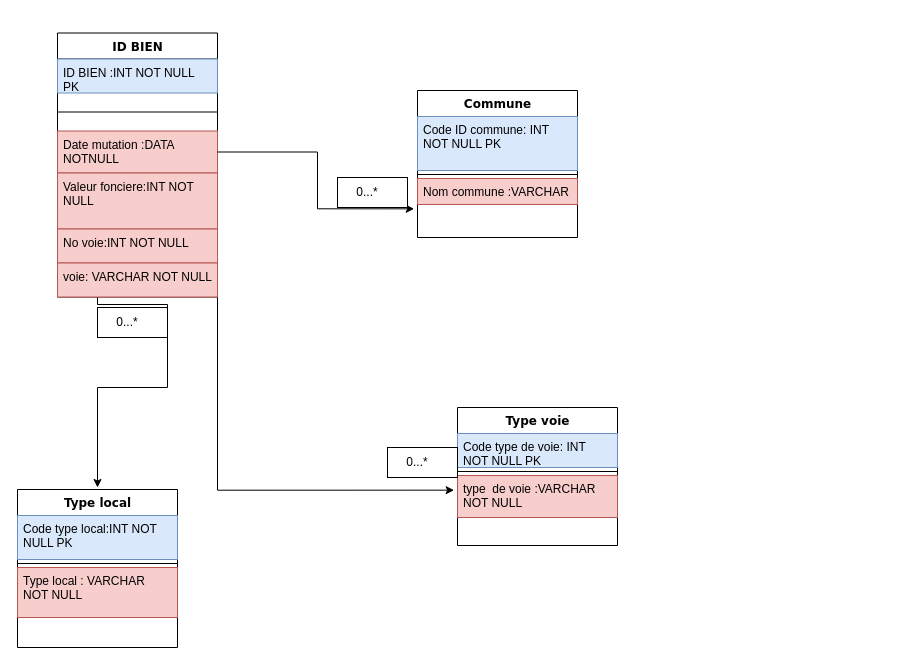
Before: .github/ISSUE_TEMPLATE/Untitled Diagram.drawio in louzhixin/bootstrap, a draw.io diagram. Source tidied: cells renumbered, new cells numbered last; positions are measured from the earlier drawing's top-left corner, leaving out a move shared by most shapes. Both pictures are drawn from the tidied source at 100%, with x=0, y=0 at pixel (17, 33).
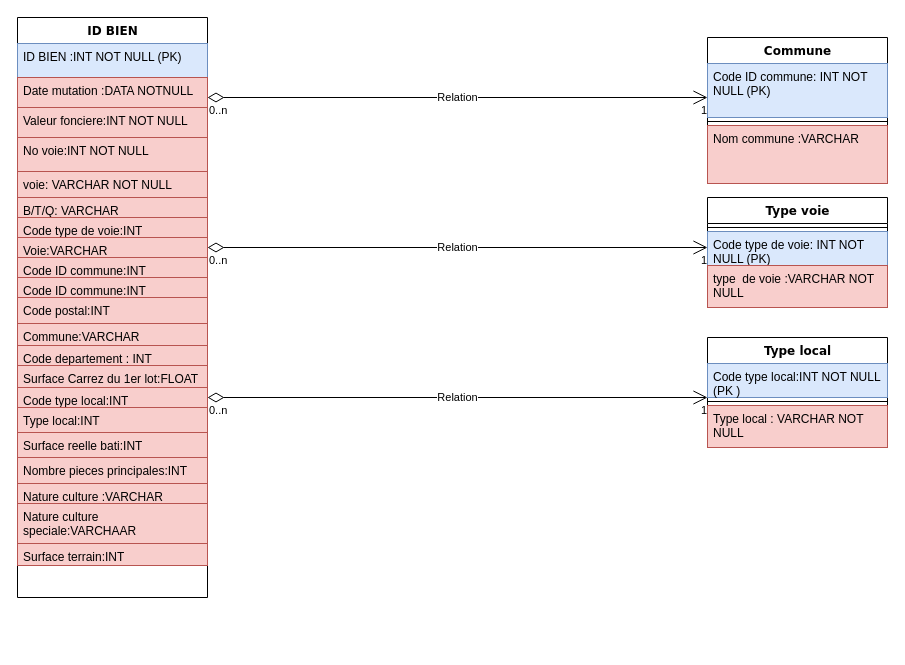
The same page after the edit.

Change to the diagram source:
```diff
@@
-    <mxCell id="2" style="edgeStyle=orthogonalEdgeStyle;rounded=0;jettySize=auto;html=1;exitX=1;exitY=1;exitDx=0;exitDy=0;entryX=-0.021;entryY=0.349;entryDx=0;entryDy=0;entryPerimeter=0;" parent="1" edge="1" source="4" target="22">
-      <mxGeometry relative="1" as="geometry" />
-    </mxCell>
-    <mxCell id="3" style="edgeStyle=orthogonalEdgeStyle;rounded=0;jettySize=auto;html=1;exitX=0.25;exitY=1;exitDx=0;exitDy=0;" parent="1" edge="1" source="4">
-      <mxGeometry relative="1" as="geometry">
-        <mxPoint x="80" y="454" as="targetPoint" />
-        <Array as="points">
-          <mxPoint x="150" y="271" />
-          <mxPoint x="150" y="354" />
-          <mxPoint x="80" y="354" />
-        </Array>
-      </mxGeometry>
-    </mxCell>
     <mxCell id="4" value="ID BIEN" style="swimlane;html=1;fontStyle=1;align=center;verticalAlign=top;horizontal=1;startSize=26;swimlaneFillColor=#ffffff;rounded=0;shadow=0;comic=0;labelBackgroundColor=none;strokeWidth=1;fillColor=none;fontFamily=Verdana;fontSize=12;" parent="1" vertex="1">
-      <mxGeometry x="40" y="-0.5" width="160" height="264" as="geometry" />
+      <mxGeometry y="-16" width="190" height="580" as="geometry" />
     </mxCell>
-    <mxCell id="5" value="ID BIEN :INT NOT NULL PK" style="text;html=1;strokeColor=#6c8ebf;fillColor=#dae8fc;align=left;verticalAlign=top;spacingLeft=4;spacingRight=4;whiteSpace=wrap;overflow=hidden;" parent="4" vertex="1">
-      <mxGeometry y="26" width="160" height="34" as="geometry" />
+    <mxCell id="5" value="ID BIEN :INT NOT NULL (PK)" style="text;html=1;strokeColor=#6c8ebf;fillColor=#dae8fc;align=left;verticalAlign=top;spacingLeft=4;spacingRight=4;whiteSpace=wrap;overflow=hidden;" parent="4" vertex="1">
+      <mxGeometry y="26" width="190" height="34" as="geometry" />
     </mxCell>
-    <mxCell id="6" style="line;html=1;strokeWidth=1;fillColor=none;align=left;verticalAlign=middle;spacingTop=-1;spacingLeft=3;spacingRight=3;labelPosition=right;" parent="4" vertex="1">
-      <mxGeometry y="60" width="160" height="38" as="geometry" />
-    </mxCell>
     <mxCell id="7" value="Date mutation :DATA NOTNULL" style="text;html=1;strokeColor=#b85450;fillColor=#f8cecc;align=left;verticalAlign=top;spacingLeft=4;spacingRight=4;whiteSpace=wrap;overflow=hidden;points=[[0,0.5],[1,0.5]];portConstraint=eastwest;" parent="4" vertex="1">
-      <mxGeometry y="98" width="160" height="42" as="geometry" />
+      <mxGeometry y="60" width="190" height="30" as="geometry" />
     </mxCell>
     <mxCell id="8" value="Valeur fonciere:INT NOT NULL" style="text;html=1;strokeColor=#b85450;fillColor=#f8cecc;align=left;verticalAlign=top;spacingLeft=4;spacingRight=4;whiteSpace=wrap;overflow=hidden;" parent="4" vertex="1">
-      <mxGeometry y="140" width="160" height="56" as="geometry" />
+      <mxGeometry y="90" width="190" height="30" as="geometry" />
     </mxCell>
     <mxCell id="9" value="No voie:INT NOT NULL" style="text;html=1;strokeColor=#b85450;fillColor=#f8cecc;align=left;verticalAlign=top;spacingLeft=4;spacingRight=4;whiteSpace=wrap;overflow=hidden;" parent="4" vertex="1">
-      <mxGeometry y="196" width="160" height="34" as="geometry" />
+      <mxGeometry y="120" width="190" height="34" as="geometry" />
     </mxCell>
     <mxCell id="10" value="voie: VARCHAR NOT NULL" style="text;html=1;strokeColor=#b85450;fillColor=#f8cecc;align=left;verticalAlign=top;spacingLeft=4;spacingRight=4;whiteSpace=wrap;overflow=hidden;" parent="4" vertex="1">
-      <mxGeometry y="230" width="160" height="34" as="geometry" />
+      <mxGeometry y="154" width="190" height="26" as="geometry" />
     </mxCell>
+    <mxCell id="27" value="B/T/Q: VARCHAR" style="text;html=1;strokeColor=#b85450;fillColor=#f8cecc;align=left;verticalAlign=top;spacingLeft=4;spacingRight=4;whiteSpace=wrap;overflow=hidden;" parent="4" vertex="1">
+      <mxGeometry y="180" width="190" height="20" as="geometry" />
+    </mxCell>
+    <mxCell id="28" value="Code type de voie:INT" style="text;html=1;strokeColor=#b85450;fillColor=#f8cecc;align=left;verticalAlign=top;spacingLeft=4;spacingRight=4;whiteSpace=wrap;overflow=hidden;" parent="4" vertex="1">
+      <mxGeometry y="200" width="190" height="20" as="geometry" />
+    </mxCell>
+    <mxCell id="29" value="Voie:VARCHAR" style="text;html=1;strokeColor=#b85450;fillColor=#f8cecc;align=left;verticalAlign=top;spacingLeft=4;spacingRight=4;whiteSpace=wrap;overflow=hidden;" parent="4" vertex="1">
+      <mxGeometry y="220" width="190" height="20" as="geometry" />
+    </mxCell>
+    <mxCell id="30" value="Code ID commune:INT" style="text;html=1;strokeColor=#b85450;fillColor=#f8cecc;align=left;verticalAlign=top;spacingLeft=4;spacingRight=4;whiteSpace=wrap;overflow=hidden;" parent="4" vertex="1">
+      <mxGeometry y="240" width="190" height="20" as="geometry" />
+    </mxCell>
+    <mxCell id="31" value="Code ID commune:INT" style="text;html=1;strokeColor=#b85450;fillColor=#f8cecc;align=left;verticalAlign=top;spacingLeft=4;spacingRight=4;whiteSpace=wrap;overflow=hidden;" parent="4" vertex="1">
+      <mxGeometry y="260" width="190" height="20" as="geometry" />
+    </mxCell>
+    <mxCell id="32" value="Code postal:INT" style="text;html=1;strokeColor=#b85450;fillColor=#f8cecc;align=left;verticalAlign=top;spacingLeft=4;spacingRight=4;whiteSpace=wrap;overflow=hidden;" parent="4" vertex="1">
+      <mxGeometry y="280" width="190" height="26" as="geometry" />
+    </mxCell>
+    <mxCell id="33" value="Commune:VARCHAR" style="text;html=1;strokeColor=#b85450;fillColor=#f8cecc;align=left;verticalAlign=top;spacingLeft=4;spacingRight=4;whiteSpace=wrap;overflow=hidden;" parent="4" vertex="1">
+      <mxGeometry y="306" width="190" height="22" as="geometry" />
+    </mxCell>
+    <mxCell id="34" value="Code departement : INT&amp;nbsp;" style="text;html=1;strokeColor=#b85450;fillColor=#f8cecc;align=left;verticalAlign=top;spacingLeft=4;spacingRight=4;whiteSpace=wrap;overflow=hidden;" parent="4" vertex="1">
+      <mxGeometry y="328" width="190" height="20" as="geometry" />
+    </mxCell>
+    <mxCell id="35" value="Surface Carrez du 1er lot:FLOAT" style="text;html=1;strokeColor=#b85450;fillColor=#f8cecc;align=left;verticalAlign=top;spacingLeft=4;spacingRight=4;whiteSpace=wrap;overflow=hidden;" parent="4" vertex="1">
+      <mxGeometry y="348" width="190" height="22" as="geometry" />
+    </mxCell>
+    <mxCell id="36" value="Code type local:INT" style="text;html=1;strokeColor=#b85450;fillColor=#f8cecc;align=left;verticalAlign=top;spacingLeft=4;spacingRight=4;whiteSpace=wrap;overflow=hidden;" parent="4" vertex="1">
+      <mxGeometry y="370" width="190" height="20" as="geometry" />
+    </mxCell>
+    <mxCell id="37" value="Type local:INT" style="text;html=1;strokeColor=#b85450;fillColor=#f8cecc;align=left;verticalAlign=top;spacingLeft=4;spacingRight=4;whiteSpace=wrap;overflow=hidden;" parent="4" vertex="1">
+      <mxGeometry y="390" width="190" height="25" as="geometry" />
+    </mxCell>
+    <mxCell id="38" value="Surface reelle bati:INT" style="text;html=1;strokeColor=#b85450;fillColor=#f8cecc;align=left;verticalAlign=top;spacingLeft=4;spacingRight=4;whiteSpace=wrap;overflow=hidden;" parent="4" vertex="1">
+      <mxGeometry y="415" width="190" height="25" as="geometry" />
+    </mxCell>
+    <mxCell id="39" value="Nombre pieces principales:INT" style="text;html=1;strokeColor=#b85450;fillColor=#f8cecc;align=left;verticalAlign=top;spacingLeft=4;spacingRight=4;whiteSpace=wrap;overflow=hidden;" parent="4" vertex="1">
+      <mxGeometry y="440" width="190" height="26" as="geometry" />
+    </mxCell>
+    <mxCell id="40" value="Nature culture :VARCHAR" style="text;html=1;strokeColor=#b85450;fillColor=#f8cecc;align=left;verticalAlign=top;spacingLeft=4;spacingRight=4;whiteSpace=wrap;overflow=hidden;" parent="4" vertex="1">
+      <mxGeometry y="466" width="190" height="20" as="geometry" />
+    </mxCell>
+    <mxCell id="41" value="Nature culture speciale:VARCHAAR" style="text;html=1;strokeColor=#b85450;fillColor=#f8cecc;align=left;verticalAlign=top;spacingLeft=4;spacingRight=4;whiteSpace=wrap;overflow=hidden;" parent="4" vertex="1">
+      <mxGeometry y="486" width="190" height="40" as="geometry" />
+    </mxCell>
+    <mxCell id="42" value="Surface terrain:INT" style="text;html=1;strokeColor=#b85450;fillColor=#f8cecc;align=left;verticalAlign=top;spacingLeft=4;spacingRight=4;whiteSpace=wrap;overflow=hidden;" parent="4" vertex="1">
+      <mxGeometry y="526" width="190" height="22" as="geometry" />
+    </mxCell>
     <mxCell id="11" value="Commune" style="swimlane;html=1;fontStyle=1;align=center;verticalAlign=top;horizontal=1;startSize=26;swimlaneFillColor=#ffffff;rounded=0;shadow=0;comic=0;labelBackgroundColor=none;strokeWidth=1;fillColor=none;fontFamily=Verdana;fontSize=12;" parent="1" vertex="1">
-      <mxGeometry x="400" y="57" width="160" height="147" as="geometry" />
+      <mxGeometry x="690" y="4" width="180" height="146" as="geometry" />
     </mxCell>
-    <mxCell id="12" value="Code ID commune: INT NOT NULL PK" style="text;html=1;strokeColor=#6c8ebf;fillColor=#dae8fc;align=left;verticalAlign=top;spacingLeft=4;spacingRight=4;whiteSpace=wrap;overflow=hidden;" parent="11" vertex="1">
-      <mxGeometry y="26" width="160" height="54" as="geometry" />
+    <mxCell id="12" value="Code ID commune: INT NOT NULL (PK)" style="text;html=1;strokeColor=#6c8ebf;fillColor=#dae8fc;align=left;verticalAlign=top;spacingLeft=4;spacingRight=4;whiteSpace=wrap;overflow=hidden;" parent="11" vertex="1">
+      <mxGeometry y="26" width="180" height="54" as="geometry" />
     </mxCell>
     <mxCell id="13" style="line;html=1;strokeWidth=1;fillColor=none;align=left;verticalAlign=middle;spacingTop=-1;spacingLeft=3;spacingRight=3;labelPosition=right;" parent="11" vertex="1">
-      <mxGeometry y="80" width="160" height="8" as="geometry" />
+      <mxGeometry y="80" width="180" height="8" as="geometry" />
     </mxCell>
     <mxCell id="14" value="Nom commune :VARCHAR" style="text;html=1;strokeColor=#b85450;fillColor=#f8cecc;align=left;verticalAlign=top;spacingLeft=4;spacingRight=4;whiteSpace=wrap;overflow=hidden;points=[[0,0.5],[1,0.5]];portConstraint=eastwest;" parent="11" vertex="1">
-      <mxGeometry y="88" width="160" height="26" as="geometry" />
+      <mxGeometry y="88" width="180" height="58" as="geometry" />
     </mxCell>
     <mxCell id="15" value="Type local" style="swimlane;html=1;fontStyle=1;align=center;verticalAlign=top;horizontal=1;startSize=26;swimlaneFillColor=#ffffff;rounded=0;shadow=0;comic=0;labelBackgroundColor=none;strokeWidth=1;fillColor=none;fontFamily=Verdana;fontSize=12;" parent="1" vertex="1">
-      <mxGeometry y="456" width="160" height="158" as="geometry" />
+      <mxGeometry x="690" y="304" width="180" height="110" as="geometry" />
     </mxCell>
-    <mxCell id="16" value="Code type local:INT NOT NULL PK&amp;nbsp;" style="text;html=1;strokeColor=#6c8ebf;fillColor=#dae8fc;align=left;verticalAlign=top;spacingLeft=4;spacingRight=4;whiteSpace=wrap;overflow=hidden;" parent="15" vertex="1">
-      <mxGeometry y="26" width="160" height="44" as="geometry" />
+    <mxCell id="16" value="Code type local:INT NOT NULL (PK )" style="text;html=1;strokeColor=#6c8ebf;fillColor=#dae8fc;align=left;verticalAlign=top;spacingLeft=4;spacingRight=4;whiteSpace=wrap;overflow=hidden;" parent="15" vertex="1">
+      <mxGeometry y="26" width="180" height="34" as="geometry" />
     </mxCell>
     <mxCell id="17" style="line;html=1;strokeWidth=1;fillColor=none;align=left;verticalAlign=middle;spacingTop=-1;spacingLeft=3;spacingRight=3;labelPosition=right;" parent="15" vertex="1">
-      <mxGeometry y="70" width="160" height="8" as="geometry" />
+      <mxGeometry y="60" width="180" height="8" as="geometry" />
     </mxCell>
     <mxCell id="18" value="Type local : VARCHAR NOT NULL" style="text;html=1;strokeColor=#b85450;fillColor=#f8cecc;align=left;verticalAlign=top;spacingLeft=4;spacingRight=4;whiteSpace=wrap;overflow=hidden;" parent="15" vertex="1">
-      <mxGeometry y="78" width="160" height="50" as="geometry" />
+      <mxGeometry y="68" width="180" height="42" as="geometry" />
     </mxCell>
     <mxCell id="19" value="Type voie" style="swimlane;html=1;fontStyle=1;align=center;verticalAlign=top;horizontal=1;startSize=26;swimlaneFillColor=#ffffff;rounded=0;shadow=0;comic=0;labelBackgroundColor=none;strokeWidth=1;fillColor=none;fontFamily=Verdana;fontSize=12;" parent="1" vertex="1">
-      <mxGeometry x="440" y="374" width="160" height="138" as="geometry" />
+      <mxGeometry x="690" y="164" width="180" height="110" as="geometry" />
     </mxCell>
+    <mxCell id="21" style="line;html=1;strokeWidth=1;fillColor=none;align=left;verticalAlign=middle;spacingTop=-1;spacingLeft=3;spacingRight=3;labelPosition=right;" parent="19" vertex="1">
+      <mxGeometry y="26" width="180" height="8" as="geometry" />
+    </mxCell>
-    <mxCell id="20" value="Code type de voie: INT NOT NULL PK" style="text;html=1;strokeColor=#6c8ebf;fillColor=#dae8fc;align=left;verticalAlign=top;spacingLeft=4;spacingRight=4;whiteSpace=wrap;overflow=hidden;" parent="19" vertex="1">
-      <mxGeometry y="26" width="160" height="34" as="geometry" />
+    <mxCell id="20" value="Code type de voie: INT NOT NULL (PK)" style="text;html=1;strokeColor=#6c8ebf;fillColor=#dae8fc;align=left;verticalAlign=top;spacingLeft=4;spacingRight=4;whiteSpace=wrap;overflow=hidden;" parent="19" vertex="1">
+      <mxGeometry y="34" width="180" height="34" as="geometry" />
     </mxCell>
-    <mxCell id="21" style="line;html=1;strokeWidth=1;fillColor=none;align=left;verticalAlign=middle;spacingTop=-1;spacingLeft=3;spacingRight=3;labelPosition=right;" parent="19" vertex="1">
-      <mxGeometry y="60" width="160" height="8" as="geometry" />
-    </mxCell>
     <mxCell id="22" value="type&amp;nbsp; de voie :VARCHAR NOT NULL" style="text;html=1;strokeColor=#b85450;fillColor=#f8cecc;align=left;verticalAlign=top;spacingLeft=4;spacingRight=4;whiteSpace=wrap;overflow=hidden;points=[[0,0.5],[1,0.5]];portConstraint=eastwest;" parent="19" vertex="1">
-      <mxGeometry y="68" width="160" height="42" as="geometry" />
+      <mxGeometry y="68" width="180" height="42" as="geometry" />
     </mxCell>
-    <mxCell id="23" style="edgeStyle=orthogonalEdgeStyle;rounded=0;jettySize=auto;html=1;entryX=-0.021;entryY=1.167;entryDx=0;entryDy=0;entryPerimeter=0;" parent="1" edge="1" source="7" target="14">
-      <mxGeometry relative="1" as="geometry" />
-    </mxCell>
-    <mxCell id="24" value="0...*&amp;nbsp; &amp;nbsp;" style="whiteSpace=wrap;html=1;" parent="1" vertex="1">
-      <mxGeometry x="320" y="144" width="70" height="30" as="geometry" />
-    </mxCell>
-    <mxCell id="25" value="0...*&amp;nbsp; &amp;nbsp;" style="whiteSpace=wrap;html=1;" parent="1" vertex="1">
-      <mxGeometry x="80" y="274" width="70" height="30" as="geometry" />
-    </mxCell>
-    <mxCell id="26" value="0...*&amp;nbsp; &amp;nbsp;" style="whiteSpace=wrap;html=1;" parent="1" vertex="1">
-      <mxGeometry x="370" y="414" width="70" height="30" as="geometry" />
-    </mxCell>
+    <mxCell id="43" value="Relation" style="endArrow=open;html=1;endSize=12;startArrow=diamondThin;startSize=14;startFill=0;edgeStyle=orthogonalEdgeStyle;" parent="1" edge="1">
+      <mxGeometry relative="1" as="geometry">
+        <mxPoint x="190" y="214" as="sourcePoint" />
+        <mxPoint x="690" y="214" as="targetPoint" />
+      </mxGeometry>
+    </mxCell>
+    <mxCell id="44" value="0..n" style="edgeLabel;html=1;align=left;verticalAlign=top;" parent="43" vertex="1">
+      <mxGeometry x="-1" relative="1" as="geometry" />
+    </mxCell>
+    <mxCell id="45" value="1" style="edgeLabel;html=1;align=right;verticalAlign=top;" parent="43" vertex="1">
+      <mxGeometry x="1" relative="1" as="geometry" />
+    </mxCell>
+    <mxCell id="46" value="Relation" style="endArrow=open;html=1;endSize=12;startArrow=diamondThin;startSize=14;startFill=0;edgeStyle=orthogonalEdgeStyle;" parent="1" edge="1">
+      <mxGeometry relative="1" as="geometry">
+        <mxPoint x="190" y="364" as="sourcePoint" />
+        <mxPoint x="690" y="364" as="targetPoint" />
+      </mxGeometry>
+    </mxCell>
+    <mxCell id="47" value="0..n" style="edgeLabel;html=1;align=left;verticalAlign=top;" parent="46" vertex="1">
+      <mxGeometry x="-1" relative="1" as="geometry" />
+    </mxCell>
+    <mxCell id="48" value="1" style="edgeLabel;html=1;align=right;verticalAlign=top;" parent="46" vertex="1">
+      <mxGeometry x="1" relative="1" as="geometry" />
+    </mxCell>
+    <mxCell id="49" value="Relation" style="endArrow=open;html=1;endSize=12;startArrow=diamondThin;startSize=14;startFill=0;edgeStyle=orthogonalEdgeStyle;" parent="1" edge="1">
+      <mxGeometry relative="1" as="geometry">
+        <mxPoint x="190" y="64" as="sourcePoint" />
+        <mxPoint x="690" y="64" as="targetPoint" />
+      </mxGeometry>
+    </mxCell>
+    <mxCell id="50" value="0..n" style="edgeLabel;html=1;align=left;verticalAlign=top;" parent="49" vertex="1">
+      <mxGeometry x="-1" relative="1" as="geometry" />
+    </mxCell>
+    <mxCell id="51" value="1" style="edgeLabel;html=1;align=right;verticalAlign=top;" parent="49" vertex="1">
+      <mxGeometry x="1" relative="1" as="geometry" />
+    </mxCell>
```
